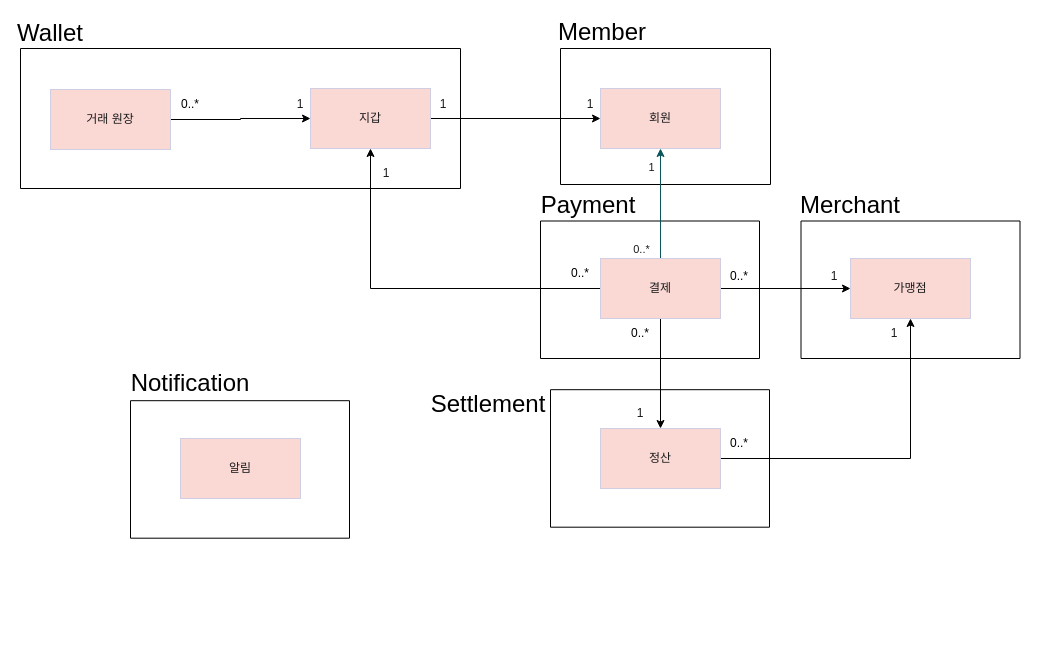
cpu500m/payflow keeps this draw.io diagram as 도메인모델.drawio. Above is the earlier version. Source tidied: cells renumbered, new cells numbered last; positions are measured from the earlier drawing's top-left corner, leaving out a move shared by most shapes. Both pictures are drawn from the tidied source at 100%, with x=0, y=0 at pixel (20, 17).
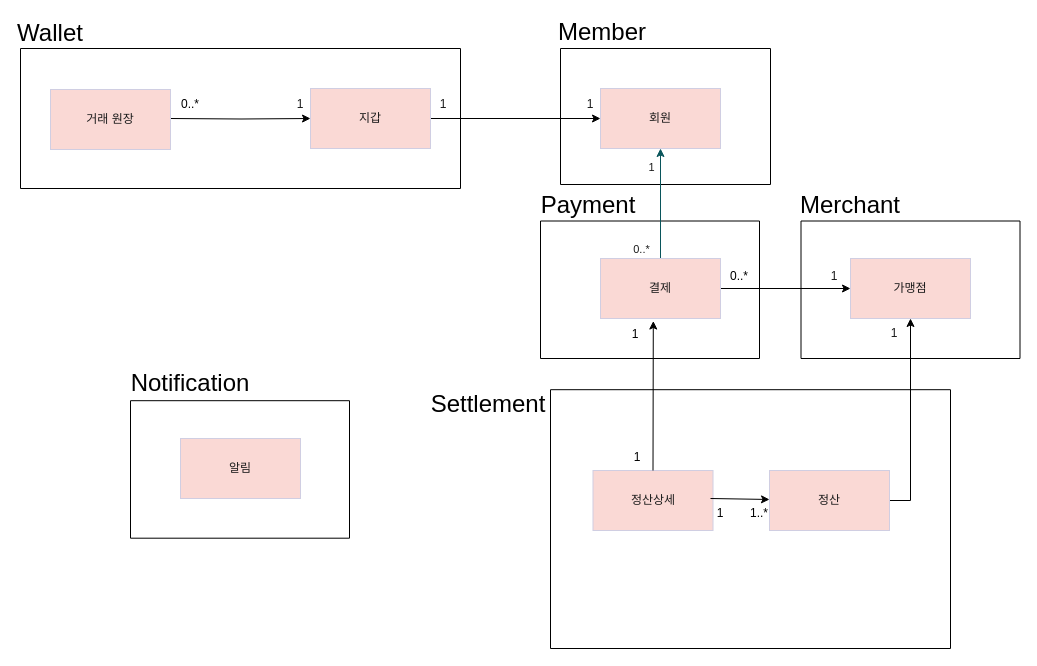
The same page after the edit.

Commit message (it also covers changes not shown here):
[feature_payment] : payment 도메인모델 문서 및 ERD 작성

The change refers to these unchanged cells:
```xml
<mxCell id="15" value="결제" style="rounded=0;whiteSpace=wrap;html=1;labelBackgroundColor=none;fillColor=#FAD9D5;strokeColor=#D0CEE2;fontColor=#1A1A1A;" parent="1" vertex="1">
  <mxGeometry x="580" y="241" width="120" height="60" as="geometry" />
</mxCell>
<mxCell id="20" value="지갑" style="rounded=0;whiteSpace=wrap;html=1;labelBackgroundColor=none;fillColor=#FAD9D5;strokeColor=#D0CEE2;fontColor=#1A1A1A;" parent="1" vertex="1">
  <mxGeometry x="290" y="71" width="120" height="60" as="geometry" />
</mxCell>
<mxCell id="24" value="거래 원장" style="rounded=0;whiteSpace=wrap;html=1;labelBackgroundColor=none;fillColor=#FAD9D5;strokeColor=#D0CEE2;fontColor=#1A1A1A;" parent="1" vertex="1">
  <mxGeometry x="30" y="72" width="120" height="60" as="geometry" />
</mxCell>
```

Change to the diagram source:
```diff
@@
     <mxCell id="4" style="verticalLabelPosition=bottom;verticalAlign=top;html=1;shape=mxgraph.basic.rect;fillColor2=none;strokeWidth=1;size=20;indent=5;" parent="1" vertex="1">
-      <mxGeometry x="530" y="372.2" width="219" height="137.5" as="geometry" />
+      <mxGeometry x="530" y="372.2" width="400" height="258.8" as="geometry" />
     </mxCell>
@@
-    <mxCell id="12" style="edgeStyle=orthogonalEdgeStyle;rounded=0;jettySize=auto;html=1;entryX=0.5;entryY=1;entryDx=0;entryDy=0;" parent="1" edge="1" source="15" target="20">
-      <mxGeometry relative="1" as="geometry" />
-    </mxCell>
@@
-    <mxCell id="14" style="edgeStyle=orthogonalEdgeStyle;rounded=0;jettySize=auto;html=1;entryX=0.5;entryY=0;entryDx=0;entryDy=0;" parent="1" edge="1" target="18">
-      <mxGeometry relative="1" as="geometry">
-        <mxPoint x="640" y="301" as="sourcePoint" />
-        <Array as="points">
-          <mxPoint x="640" y="411" />
-        </Array>
-      </mxGeometry>
-    </mxCell>
@@
     <mxCell id="18" value="정산" style="rounded=0;whiteSpace=wrap;html=1;labelBackgroundColor=none;fillColor=#FAD9D5;strokeColor=#D0CEE2;fontColor=#1A1A1A;" parent="1" vertex="1">
-      <mxGeometry x="580" y="411" width="120" height="60" as="geometry" />
+      <mxGeometry x="749" y="453" width="120" height="60" as="geometry" />
     </mxCell>
@@
-    <mxCell id="23" style="edgeStyle=orthogonalEdgeStyle;rounded=0;jettySize=auto;html=1;exitX=1;exitY=0.5;exitDx=0;exitDy=0;entryX=0;entryY=0.5;entryDx=0;entryDy=0;" parent="1" edge="1" source="24" target="20">
-      <mxGeometry relative="1" as="geometry" />
+    <mxCell id="23" style="edgeStyle=orthogonalEdgeStyle;rounded=0;jettySize=auto;html=1;entryX=0;entryY=0.5;entryDx=0;entryDy=0;" parent="1" edge="1" target="20">
+      <mxGeometry relative="1" as="geometry">
+        <mxPoint x="150" y="101" as="sourcePoint" />
+      </mxGeometry>
     </mxCell>
@@
-    <mxCell id="25" value="0..*" style="text;html=1;strokeColor=none;fillColor=none;align=center;verticalAlign=middle;whiteSpace=wrap;rounded=0;" parent="1" vertex="1">
-      <mxGeometry x="530" y="241" width="60" height="30" as="geometry" />
-    </mxCell>
-    <mxCell id="26" value="1" style="text;html=1;whiteSpace=wrap;strokeColor=none;fillColor=none;align=center;verticalAlign=middle;rounded=0;labelBackgroundColor=none;fontColor=#1A1A1A;" parent="1" vertex="1">
-      <mxGeometry x="336" y="141" width="60" height="30" as="geometry" />
-    </mxCell>
@@
-    <mxCell id="31" value="0..*" style="text;html=1;strokeColor=none;fillColor=none;align=center;verticalAlign=middle;whiteSpace=wrap;rounded=0;" parent="1" vertex="1">
-      <mxGeometry x="590" y="301" width="60" height="30" as="geometry" />
-    </mxCell>
-    <mxCell id="32" value="1" style="text;html=1;whiteSpace=wrap;strokeColor=none;fillColor=none;align=center;verticalAlign=middle;rounded=0;labelBackgroundColor=none;fontColor=#1A1A1A;" parent="1" vertex="1">
-      <mxGeometry x="590" y="381" width="60" height="30" as="geometry" />
-    </mxCell>
@@
-    <mxCell id="34" value="0..*" style="text;html=1;strokeColor=none;fillColor=none;align=center;verticalAlign=middle;whiteSpace=wrap;rounded=0;" parent="1" vertex="1">
-      <mxGeometry x="689" y="411" width="60" height="30" as="geometry" />
-    </mxCell>
@@
+    <mxCell id="42" value="정산상세" style="rounded=0;whiteSpace=wrap;html=1;labelBackgroundColor=none;fillColor=#FAD9D5;strokeColor=#D0CEE2;fontColor=#1A1A1A;" parent="1" vertex="1">
+      <mxGeometry x="572.5" y="453" width="120" height="60" as="geometry" />
+    </mxCell>
+    <mxCell id="43" style="endArrow=classic;html=1;rounded=0;entryX=0.44;entryY=1.042;entryDx=0;entryDy=0;exitX=0.5;exitY=0;exitDx=0;exitDy=0;entryPerimeter=0;" parent="1" edge="1" source="42" target="15">
+      <mxGeometry relative="1" as="geometry" />
+    </mxCell>
+    <mxCell id="44" value="1" style="text;html=1;strokeColor=none;fillColor=none;align=center;verticalAlign=middle;whiteSpace=wrap;rounded=0;" parent="1" vertex="1">
+      <mxGeometry x="585" y="302" width="60" height="30" as="geometry" />
+    </mxCell>
+    <mxCell id="45" value="1" style="text;html=1;strokeColor=none;fillColor=none;align=center;verticalAlign=middle;whiteSpace=wrap;rounded=0;" parent="1" vertex="1">
+      <mxGeometry x="587" y="425" width="60" height="30" as="geometry" />
+    </mxCell>
+    <mxCell id="46" style="endArrow=classic;html=1;rounded=0;" parent="1" edge="1" target="18">
+      <mxGeometry relative="1" as="geometry">
+        <mxPoint x="690" y="481" as="sourcePoint" />
+      </mxGeometry>
+    </mxCell>
+    <mxCell id="47" value="1" style="text;html=1;strokeColor=none;fillColor=none;align=center;verticalAlign=middle;whiteSpace=wrap;rounded=0;" parent="1" vertex="1">
+      <mxGeometry x="670" y="481" width="60" height="30" as="geometry" />
+    </mxCell>
+    <mxCell id="48" value="1..*" style="text;html=1;strokeColor=none;fillColor=none;align=center;verticalAlign=middle;whiteSpace=wrap;rounded=0;" parent="1" vertex="1">
+      <mxGeometry x="709" y="481" width="60" height="30" as="geometry" />
+    </mxCell>
```
